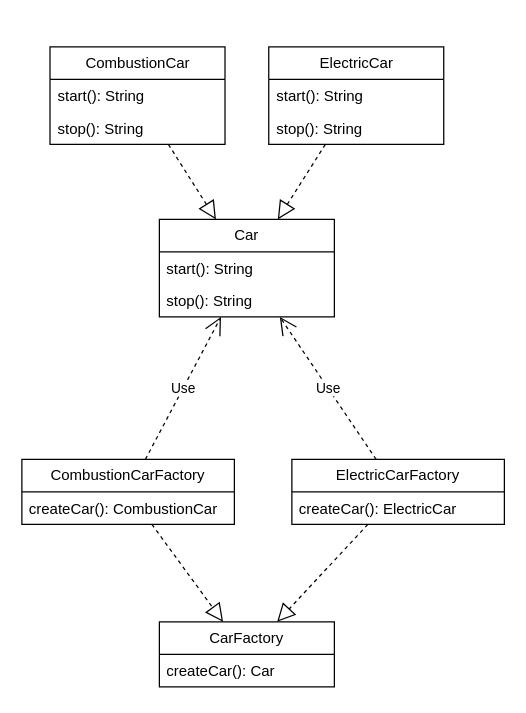
This is src/main/resources/diagram.drawio from biel-correa/abstract-factory, a draw.io file, before an edit. Source tidied: cells renumbered, new cells numbered last; positions are measured from the earlier drawing's top-left corner, leaving out a move shared by most shapes. Both pictures are drawn from the tidied source at 125%, with x=0, y=0 at pixel (21, 46).
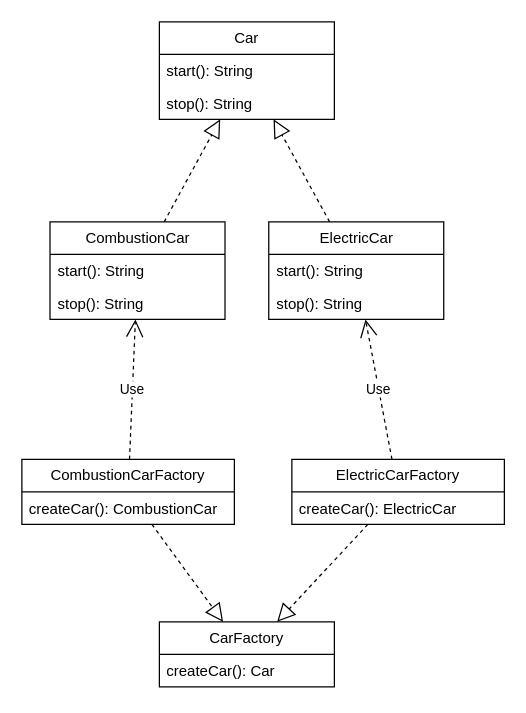
Above is the later version.

Commit message (it also covers changes not shown here):
fix: diagram was wrong

The change refers to these unchanged cells:
```xml
<mxCell id="13" value="CombustionCarFactory" style="swimlane;fontStyle=0;horizontal=1;startSize=26;fillColor=none;whiteSpace=wrap;html=1;" parent="1" vertex="1">
  <mxGeometry y="330" width="170" height="52" as="geometry" />
</mxCell>
<mxCell id="15" value="ElectricCarFactory" style="swimlane;fontStyle=0;horizontal=1;startSize=26;fillColor=none;whiteSpace=wrap;html=1;" parent="1" vertex="1">
  <mxGeometry x="216" y="330" width="170" height="52" as="geometry" />
</mxCell>
```

Change to the diagram source:
```diff
@@
     <mxCell id="2" value="Car" style="swimlane;fontStyle=0;horizontal=1;startSize=26;fillColor=none;whiteSpace=wrap;html=1;" parent="1" vertex="1">
-      <mxGeometry x="110" y="138" width="140" height="78" as="geometry" />
+      <mxGeometry x="110" y="-20" width="140" height="78" as="geometry" />
     </mxCell>
@@
     <mxCell id="7" value="CombustionCar" style="swimlane;fontStyle=0;horizontal=1;startSize=26;fillColor=none;whiteSpace=wrap;html=1;" parent="1" vertex="1">
-      <mxGeometry x="22.5" width="140" height="78" as="geometry" />
+      <mxGeometry x="22.5" y="140" width="140" height="78" as="geometry" />
     </mxCell>
@@
     <mxCell id="10" value="ElectricCar" style="swimlane;fontStyle=0;horizontal=1;startSize=26;fillColor=none;whiteSpace=wrap;html=1;" parent="1" vertex="1">
-      <mxGeometry x="197.5" width="140" height="78" as="geometry" />
+      <mxGeometry x="197.5" y="140" width="140" height="78" as="geometry" />
     </mxCell>
@@
-    <mxCell id="21" value="Use" style="endArrow=open;endSize=12;dashed=1;html=1;rounded=0;" parent="1" edge="1" source="13" target="2">
+    <mxCell id="21" value="Use" style="endArrow=open;endSize=12;dashed=1;html=1;rounded=0;" parent="1" edge="1" source="13" target="7">
       <mxGeometry relative="1" as="geometry" />
     </mxCell>
-    <mxCell id="22" value="Use" style="endArrow=open;endSize=12;dashed=1;html=1;rounded=0;" parent="1" edge="1" source="15" target="2">
+    <mxCell id="22" value="Use" style="endArrow=open;endSize=12;dashed=1;html=1;rounded=0;" parent="1" edge="1" source="15" target="10">
       <mxGeometry relative="1" as="geometry" />
     </mxCell>
```
